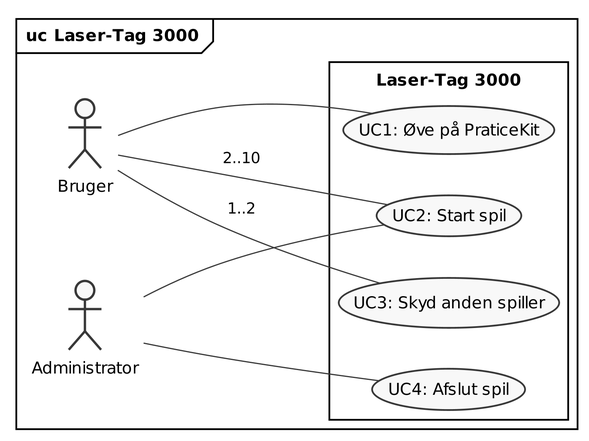
Above: PlantUML/out/uc_diagram.png in LasseKrarup/Laser-Tag-Project (PlantUML), before the change.
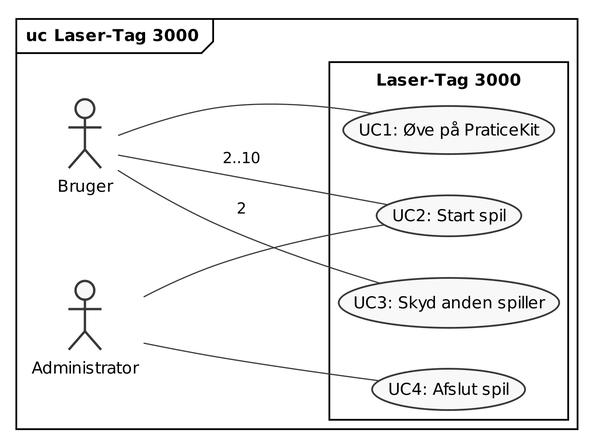
The same diagram one commit later.

What changed in the source:
```diff
@@ -19,7 +19,7 @@
   rectangle "Laser-Tag 3000" {
     user -- (UC1: Øve på PraticeKit)
     user -- (UC2: Start spil): 2..10
-    user -- (UC3: Skyd anden spiller): 1..2
+    user -- (UC3: Skyd anden spiller): 2
     admin -- (UC2: Start spil)
     admin -- (UC4: Afslut spil)
   }
```
